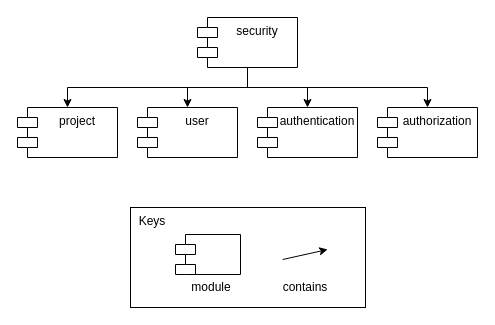
The draw.io diagram wiki/draw.io/phylodb/decomposition-security.drawio in phyloviz/phyloDB, before the edit. Source tidied: cells renumbered, new cells numbered last; positions are measured from the earlier drawing's top-left corner, leaving out a move shared by most shapes. Both pictures are drawn from the tidied source at 100%, with x=0, y=0 at pixel (17, 17).
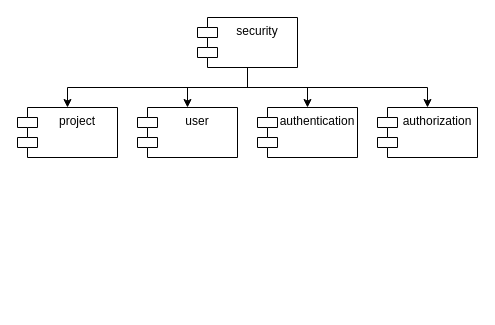
The same diagram, later.

What changed in the source:
```diff
@@
 <mxGraphModel>
   <root>
     <mxCell id="0" />
     <mxCell id="1" parent="0" />
     <mxCell id="2" style="edgeStyle=orthogonalEdgeStyle;rounded=0;jettySize=auto;html=1;exitX=0.5;exitY=1;exitDx=0;exitDy=0;entryX=0.5;entryY=0;entryDx=0;entryDy=0;" parent="1" edge="1" source="6" target="7">
       <mxGeometry relative="1" as="geometry" />
     </mxCell>
     <mxCell id="3" style="edgeStyle=orthogonalEdgeStyle;rounded=0;jettySize=auto;html=1;exitX=0.5;exitY=1;exitDx=0;exitDy=0;entryX=0.5;entryY=0;entryDx=0;entryDy=0;" parent="1" edge="1" source="6" target="8">
       <mxGeometry relative="1" as="geometry" />
     </mxCell>
     <mxCell id="4" style="edgeStyle=orthogonalEdgeStyle;rounded=0;jettySize=auto;html=1;exitX=0.5;exitY=1;exitDx=0;exitDy=0;entryX=0.5;entryY=0;entryDx=0;entryDy=0;" parent="1" edge="1" source="6" target="10">
       <mxGeometry relative="1" as="geometry" />
     </mxCell>
     <mxCell id="5" style="edgeStyle=orthogonalEdgeStyle;rounded=0;jettySize=auto;html=1;exitX=0.5;exitY=1;exitDx=0;exitDy=0;entryX=0.5;entryY=0;entryDx=0;entryDy=0;" parent="1" edge="1" source="6" target="9">
       <mxGeometry relative="1" as="geometry" />
     </mxCell>
     <mxCell id="6" value="security" style="shape=module;align=left;spacingLeft=20;align=center;verticalAlign=top;" parent="1" vertex="1">
       <mxGeometry x="180" width="100" height="50" as="geometry" />
     </mxCell>
     <mxCell id="7" value="authentication" style="shape=module;align=left;spacingLeft=20;align=center;verticalAlign=top;" parent="1" vertex="1">
       <mxGeometry x="240" y="90" width="100" height="50" as="geometry" />
     </mxCell>
     <mxCell id="8" value="user" style="shape=module;align=left;spacingLeft=20;align=center;verticalAlign=top;" parent="1" vertex="1">
       <mxGeometry x="120" y="90" width="100" height="50" as="geometry" />
     </mxCell>
     <mxCell id="9" value="project" style="shape=module;align=left;spacingLeft=20;align=center;verticalAlign=top;" parent="1" vertex="1">
       <mxGeometry y="90" width="100" height="50" as="geometry" />
     </mxCell>
     <mxCell id="10" value="authorization" style="shape=module;align=left;spacingLeft=20;align=center;verticalAlign=top;" parent="1" vertex="1">
       <mxGeometry x="360" y="90" width="100" height="50" as="geometry" />
     </mxCell>
-    <mxCell id="11" style="group;" parent="1" vertex="1">
-      <mxGeometry x="113" y="190" width="235" height="100" as="geometry" />
-    </mxCell>
-    <mxCell id="12" value="&amp;nbsp; Keys" style="rounded=0;whiteSpace=wrap;html=1;align=left;verticalAlign=top;" parent="11" vertex="1">
-      <mxGeometry width="235" height="100" as="geometry" />
-    </mxCell>
-    <mxCell id="13" style="endArrow=classic;html=1;exitX=1;exitY=0.5;exitDx=0;exitDy=0;startArrow=none;startFill=0;endFill=1;" parent="11" edge="1">
-      <mxGeometry relative="1" as="geometry">
-        <mxPoint x="152.2" y="52" as="sourcePoint" />
-        <mxPoint x="197.2" y="42" as="targetPoint" />
-      </mxGeometry>
-    </mxCell>
-    <mxCell id="14" value="contains" style="text;html=1;strokeColor=none;fillColor=none;align=center;verticalAlign=middle;whiteSpace=wrap;rounded=0;" parent="11" vertex="1">
-      <mxGeometry x="145" y="70" width="59.5" height="20" as="geometry" />
-    </mxCell>
-    <mxCell id="15" style="shape=module;align=left;spacingLeft=20;align=center;verticalAlign=top;" parent="11" vertex="1">
-      <mxGeometry x="45" y="27" width="65" height="40" as="geometry" />
-    </mxCell>
-    <mxCell id="16" value="module" style="text;html=1;strokeColor=none;fillColor=none;align=center;verticalAlign=middle;whiteSpace=wrap;rounded=0;" parent="11" vertex="1">
-      <mxGeometry x="50.5" y="70" width="59.5" height="20" as="geometry" />
-    </mxCell>
   </root>
 </mxGraphModel>
```
